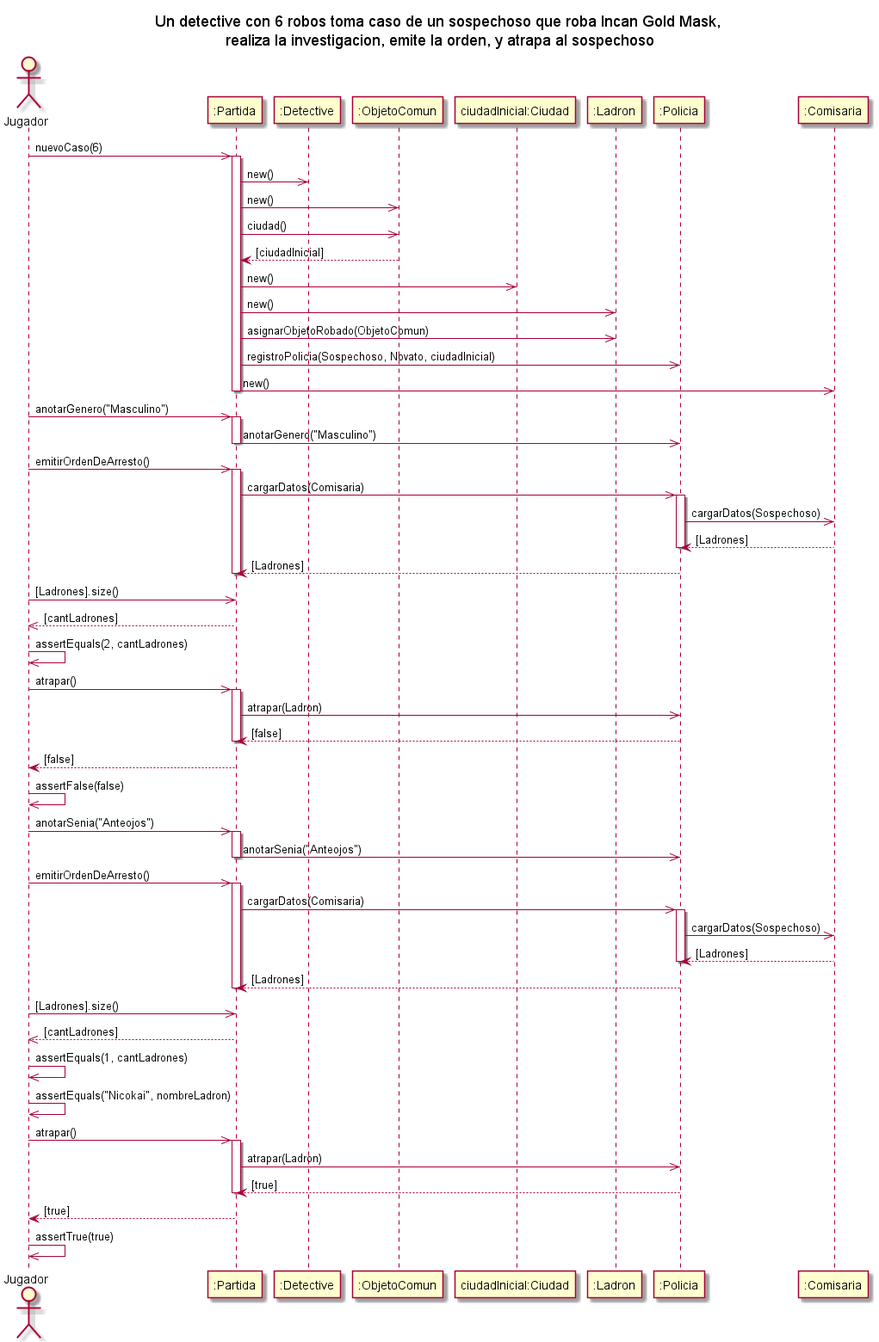
Before: diagrams/sequences/entrega2/DS_DetectiveTomaCasoYRealizaInvestigacionCompleta.png, a diagram exported from PlantUML (kmu01/Algo3_tp2).
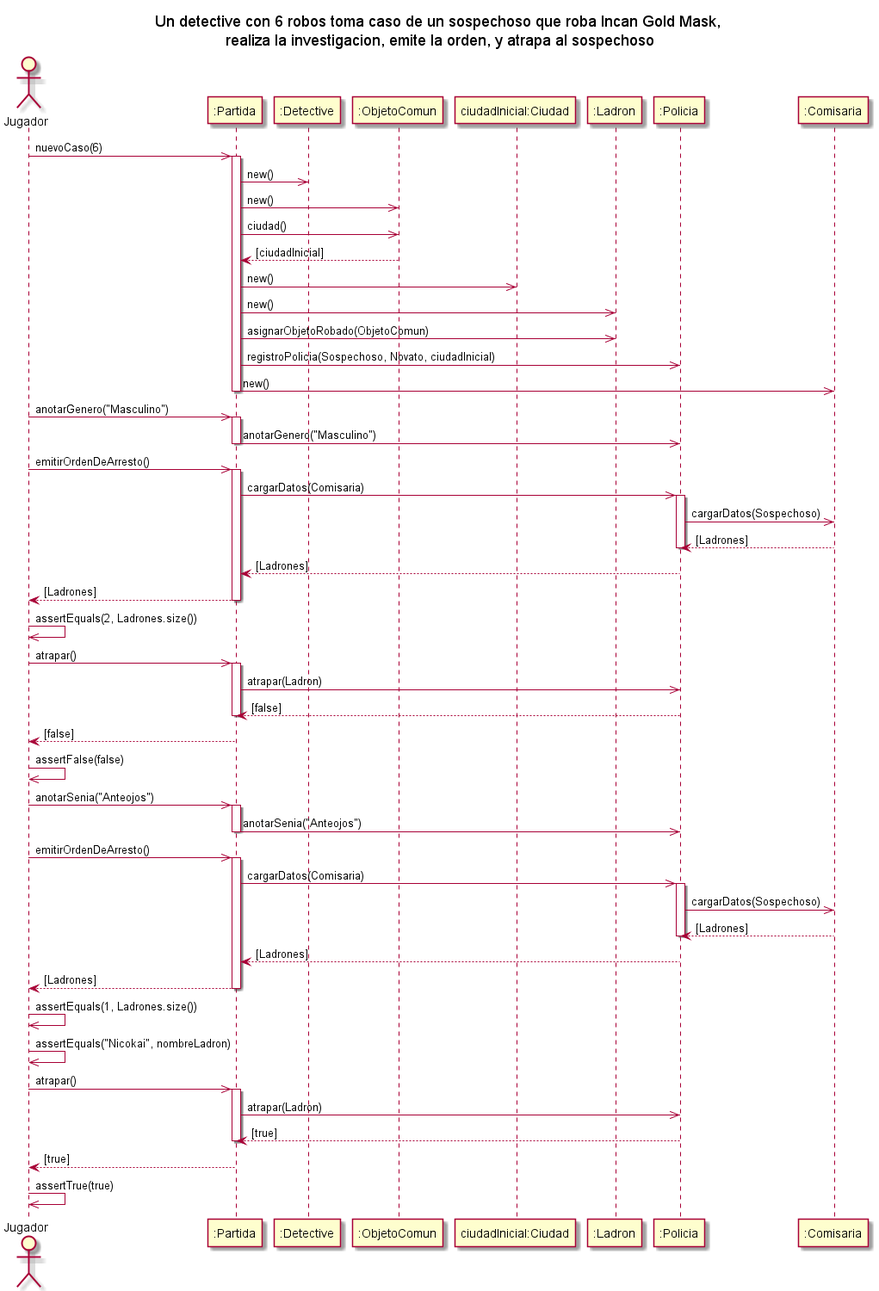
After the commit.

What changed in the source:
```diff
@@ -35,10 +35,10 @@
 Comisaria --> Policia : [Ladrones]
 deactivate Policia
 Policia --> Partida : [Ladrones]
+Partida --> AlgoThief : [Ladrones]
 deactivate Partida
-AlgoThief ->> Partida : [Ladrones].size()
-return[cantLadrones]
-AlgoThief ->> AlgoThief : assertEquals(2, cantLadrones)
+
+AlgoThief ->> AlgoThief : assertEquals(2, Ladrones.size())
 AlgoThief ->> Partida : atrapar()
 activate Partida
 Partida ->> Policia : atrapar(Ladron)
@@ -58,10 +58,9 @@
 Comisaria --> Policia : [Ladrones]
 deactivate Policia
 Policia --> Partida : [Ladrones]
+Partida --> AlgoThief : [Ladrones]
 deactivate Partida
-AlgoThief ->> Partida : [Ladrones].size()
-return[cantLadrones]
-AlgoThief ->> AlgoThief : assertEquals(1, cantLadrones)
+AlgoThief ->> AlgoThief : assertEquals(1, Ladrones.size())
 AlgoThief ->> AlgoThief : assertEquals("Nicokai", nombreLadron)
 AlgoThief ->> Partida : atrapar()
 activate Partida
```
